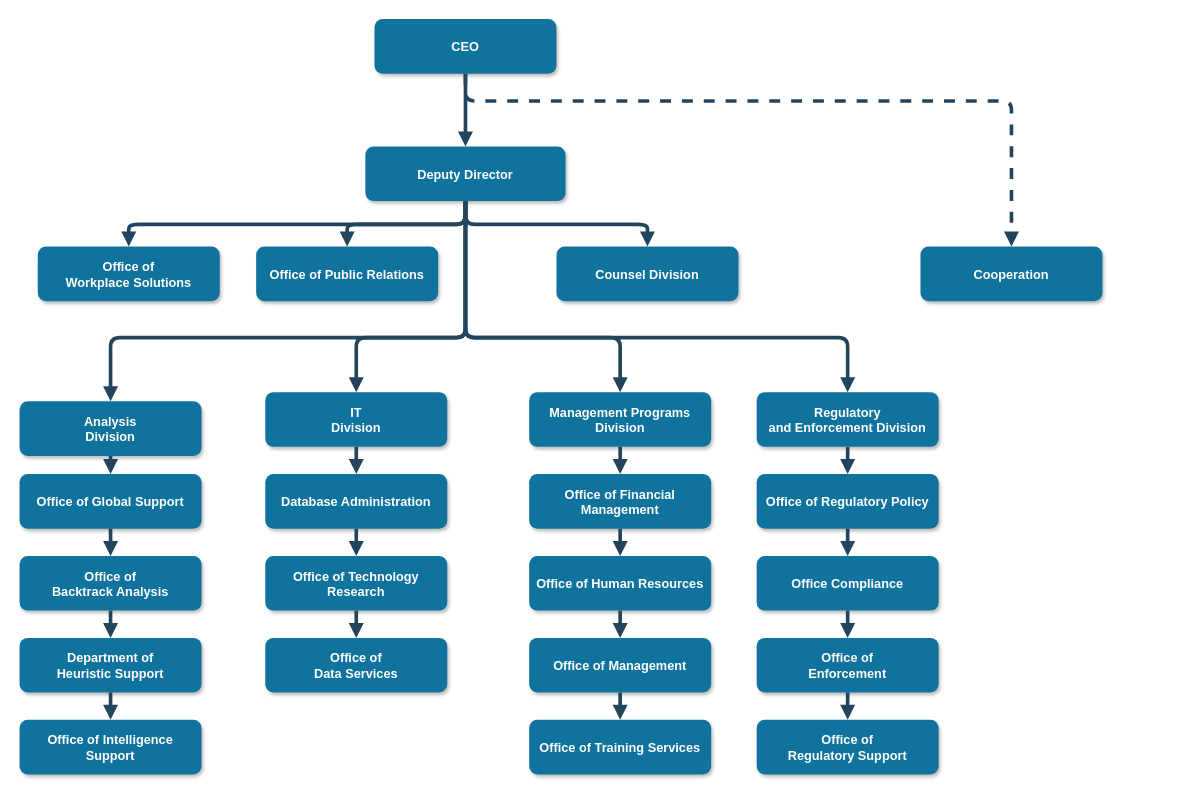
Earlier version of the draw.io diagram Untitled Diagram.drawio (Kazybekkh/KazCable-DBMS). Source tidied: cells renumbered, new cells numbered last; positions are measured from the earlier drawing's top-left corner, leaving out a move shared by most shapes. Both pictures are drawn from the tidied source at 91%, with x=0, y=0 at pixel (19, 19).
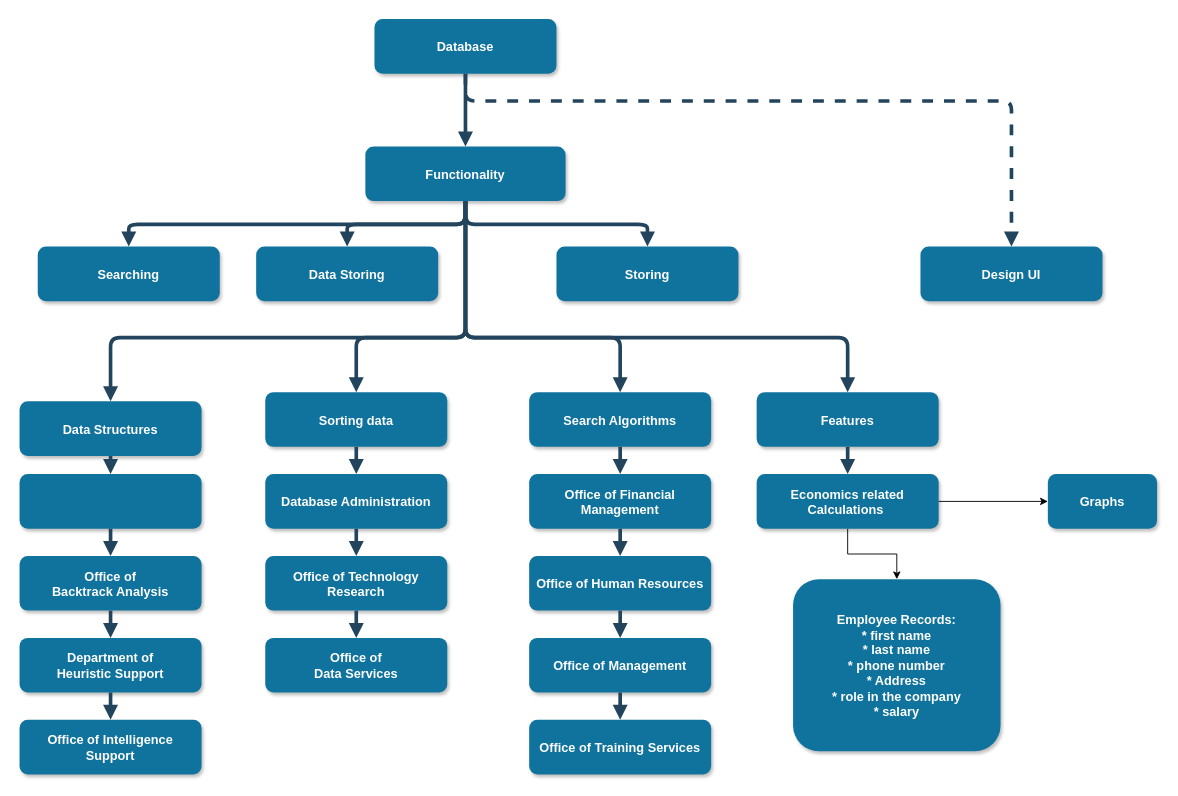
The same page after the edit.

Diff of the diagram source:
```diff
@@
-    <mxCell id="2" value="CEO" style="rounded=1;fillColor=#10739E;strokeColor=none;shadow=1;gradientColor=none;fontStyle=1;fontColor=#FFFFFF;fontSize=14;" parent="1" vertex="1">
+    <mxCell id="2" value="Database" style="rounded=1;fillColor=#10739E;strokeColor=none;shadow=1;gradientColor=none;fontStyle=1;fontColor=#FFFFFF;fontSize=14;" parent="1" vertex="1">
       <mxGeometry x="390" y="-0.5" width="200" height="60" as="geometry" />
     </mxCell>
-    <mxCell id="3" value="Deputy Director" style="rounded=1;fillColor=#10739E;strokeColor=none;shadow=1;gradientColor=none;fontStyle=1;fontColor=#FFFFFF;fontSize=14;" parent="1" vertex="1">
+    <mxCell id="3" value="Functionality" style="rounded=1;fillColor=#10739E;strokeColor=none;shadow=1;gradientColor=none;fontStyle=1;fontColor=#FFFFFF;fontSize=14;" parent="1" vertex="1">
       <mxGeometry x="380" y="139.5" width="220" height="60" as="geometry" />
     </mxCell>
-    <mxCell id="4" value="Office of &#10;Workplace Solutions" style="rounded=1;fillColor=#10739E;strokeColor=none;shadow=1;gradientColor=none;fontStyle=1;fontColor=#FFFFFF;fontSize=14;" parent="1" vertex="1">
+    <mxCell id="4" value="Searching" style="rounded=1;fillColor=#10739E;strokeColor=none;shadow=1;gradientColor=none;fontStyle=1;fontColor=#FFFFFF;fontSize=14;" parent="1" vertex="1">
       <mxGeometry x="20" y="249.5" width="200" height="60" as="geometry" />
     </mxCell>
-    <mxCell id="5" value="Office of Public Relations" style="rounded=1;fillColor=#10739E;strokeColor=none;shadow=1;gradientColor=none;fontStyle=1;fontColor=#FFFFFF;fontSize=14;" parent="1" vertex="1">
+    <mxCell id="5" value="Data Storing" style="rounded=1;fillColor=#10739E;strokeColor=none;shadow=1;gradientColor=none;fontStyle=1;fontColor=#FFFFFF;fontSize=14;" parent="1" vertex="1">
       <mxGeometry x="260" y="249.5" width="200" height="60" as="geometry" />
     </mxCell>
-    <mxCell id="6" value="Counsel Division" style="rounded=1;fillColor=#10739E;strokeColor=none;shadow=1;gradientColor=none;fontStyle=1;fontColor=#FFFFFF;fontSize=14;" parent="1" vertex="1">
+    <mxCell id="6" value="Storing" style="rounded=1;fillColor=#10739E;strokeColor=none;shadow=1;gradientColor=none;fontStyle=1;fontColor=#FFFFFF;fontSize=14;" parent="1" vertex="1">
       <mxGeometry x="590" y="249.5" width="200" height="60" as="geometry" />
     </mxCell>
-    <mxCell id="7" value="Cooperation" style="rounded=1;fillColor=#10739E;strokeColor=none;shadow=1;gradientColor=none;fontStyle=1;fontColor=#FFFFFF;fontSize=14;" parent="1" vertex="1">
+    <mxCell id="7" value="Design UI" style="rounded=1;fillColor=#10739E;strokeColor=none;shadow=1;gradientColor=none;fontStyle=1;fontColor=#FFFFFF;fontSize=14;" parent="1" vertex="1">
       <mxGeometry x="990" y="249.5" width="200" height="60" as="geometry" />
     </mxCell>
-    <mxCell id="8" value="Analysis &#10;Division" style="rounded=1;fillColor=#10739E;strokeColor=none;shadow=1;gradientColor=none;fontStyle=1;fontColor=#FFFFFF;fontSize=14;" parent="1" vertex="1">
+    <mxCell id="8" value="Data Structures" style="rounded=1;fillColor=#10739E;strokeColor=none;shadow=1;gradientColor=none;fontStyle=1;fontColor=#FFFFFF;fontSize=14;" parent="1" vertex="1">
       <mxGeometry y="419.5" width="200" height="60" as="geometry" />
     </mxCell>
-    <mxCell id="9" value="Office of Global Support" style="rounded=1;fillColor=#10739E;strokeColor=none;shadow=1;gradientColor=none;fontStyle=1;fontColor=#FFFFFF;fontSize=14;" parent="1" vertex="1">
+    <mxCell id="9" style="rounded=1;fillColor=#10739E;strokeColor=none;shadow=1;gradientColor=none;fontStyle=1;fontColor=#FFFFFF;fontSize=14;" parent="1" vertex="1">
       <mxGeometry y="499.5" width="200" height="60" as="geometry" />
     </mxCell>
@@
-    <mxCell id="13" value="IT&#10;Division" style="rounded=1;fillColor=#10739E;strokeColor=none;shadow=1;gradientColor=none;fontStyle=1;fontColor=#FFFFFF;fontSize=14;" parent="1" vertex="1">
+    <mxCell id="13" value="Sorting data" style="rounded=1;fillColor=#10739E;strokeColor=none;shadow=1;gradientColor=none;fontStyle=1;fontColor=#FFFFFF;fontSize=14;" parent="1" vertex="1">
       <mxGeometry x="270" y="409.5" width="200" height="60" as="geometry" />
     </mxCell>
@@
-    <mxCell id="17" value="Management Programs &#10;Division" style="rounded=1;fillColor=#10739E;strokeColor=none;shadow=1;gradientColor=none;fontStyle=1;fontColor=#FFFFFF;fontSize=14;" parent="1" vertex="1">
+    <mxCell id="17" value="Search Algorithms" style="rounded=1;fillColor=#10739E;strokeColor=none;shadow=1;gradientColor=none;fontStyle=1;fontColor=#FFFFFF;fontSize=14;" parent="1" vertex="1">
       <mxGeometry x="560" y="409.5" width="200" height="60" as="geometry" />
     </mxCell>
@@
-    <mxCell id="22" value="Regulatory &#10;and Enforcement Division" style="rounded=1;fillColor=#10739E;strokeColor=none;shadow=1;gradientColor=none;fontStyle=1;fontColor=#FFFFFF;fontSize=14;" parent="1" vertex="1">
+    <mxCell id="22" value="Features" style="rounded=1;fillColor=#10739E;strokeColor=none;shadow=1;gradientColor=none;fontStyle=1;fontColor=#FFFFFF;fontSize=14;" parent="1" vertex="1">
       <mxGeometry x="810" y="409.5" width="200" height="60" as="geometry" />
     </mxCell>
+    <mxCell id="51" style="edgeStyle=orthogonalEdgeStyle;rounded=0;jettySize=auto;html=1;" parent="1" edge="1" source="23" target="53">
+      <mxGeometry relative="1" as="geometry" />
+    </mxCell>
+    <mxCell id="52" style="edgeStyle=orthogonalEdgeStyle;rounded=0;jettySize=auto;html=1;" parent="1" edge="1" source="23" target="54">
+      <mxGeometry relative="1" as="geometry" />
+    </mxCell>
-    <mxCell id="23" value="Office of Regulatory Policy" style="rounded=1;fillColor=#10739E;strokeColor=none;shadow=1;gradientColor=none;fontStyle=1;fontColor=#FFFFFF;fontSize=14;" parent="1" vertex="1">
+    <mxCell id="23" value="Economics related&#10;Calculations " style="rounded=1;fillColor=#10739E;strokeColor=none;shadow=1;gradientColor=none;fontStyle=1;fontColor=#FFFFFF;fontSize=14;" parent="1" vertex="1">
       <mxGeometry x="810" y="499.5" width="200" height="60" as="geometry" />
     </mxCell>
-    <mxCell id="24" value="Office Compliance" style="rounded=1;fillColor=#10739E;strokeColor=none;shadow=1;gradientColor=none;fontStyle=1;fontColor=#FFFFFF;fontSize=14;" parent="1" vertex="1">
-      <mxGeometry x="810" y="589.5" width="200" height="60" as="geometry" />
-    </mxCell>
-    <mxCell id="25" value="Office of &#10;Enforcement" style="rounded=1;fillColor=#10739E;strokeColor=none;shadow=1;gradientColor=none;fontStyle=1;fontColor=#FFFFFF;fontSize=14;" parent="1" vertex="1">
-      <mxGeometry x="810" y="679.5" width="200" height="60" as="geometry" />
-    </mxCell>
-    <mxCell id="26" value="Office of&#10; Regulatory Support" style="rounded=1;fillColor=#10739E;strokeColor=none;shadow=1;gradientColor=none;fontStyle=1;fontColor=#FFFFFF;fontSize=14;" parent="1" vertex="1">
-      <mxGeometry x="810" y="769.5" width="200" height="60" as="geometry" />
-    </mxCell>
@@
-    <mxCell id="46" style="edgeStyle=elbowEdgeStyle;elbow=vertical;strokeWidth=4;endArrow=block;endFill=1;fontStyle=1;strokeColor=#23445D;" parent="1" edge="1" source="23" target="24">
-      <mxGeometry x="72" y="175.5" as="geometry" />
-    </mxCell>
-    <mxCell id="47" style="edgeStyle=elbowEdgeStyle;elbow=vertical;strokeWidth=4;endArrow=block;endFill=1;fontStyle=1;strokeColor=#23445D;" parent="1" edge="1" source="24" target="25">
-      <mxGeometry x="72" y="185.5" as="geometry" />
-    </mxCell>
-    <mxCell id="48" style="edgeStyle=elbowEdgeStyle;elbow=vertical;strokeWidth=4;endArrow=block;endFill=1;fontStyle=1;strokeColor=#23445D;" parent="1" edge="1" source="25" target="26">
-      <mxGeometry x="72" y="195.5" as="geometry" />
-    </mxCell>
@@
+    <mxCell id="53" value="Graphs" style="whiteSpace=wrap;html=1;fontSize=14;fillColor=#10739E;strokeColor=none;fontColor=#FFFFFF;rounded=1;shadow=1;gradientColor=none;fontStyle=1;" parent="1" vertex="1">
+      <mxGeometry x="1130" y="499.5" width="120" height="60" as="geometry" />
+    </mxCell>
+    <mxCell id="54" value="Employee Records:&lt;br&gt;* first name&lt;br&gt;* last name&lt;br&gt;* phone number&lt;br&gt;* Address&lt;br&gt;* role in the company&lt;br&gt;* salary" style="whiteSpace=wrap;html=1;fontSize=14;fillColor=#10739E;strokeColor=none;fontColor=#FFFFFF;rounded=1;shadow=1;gradientColor=none;fontStyle=1;" parent="1" vertex="1">
+      <mxGeometry x="850" y="615" width="228" height="189" as="geometry" />
+    </mxCell>
```
